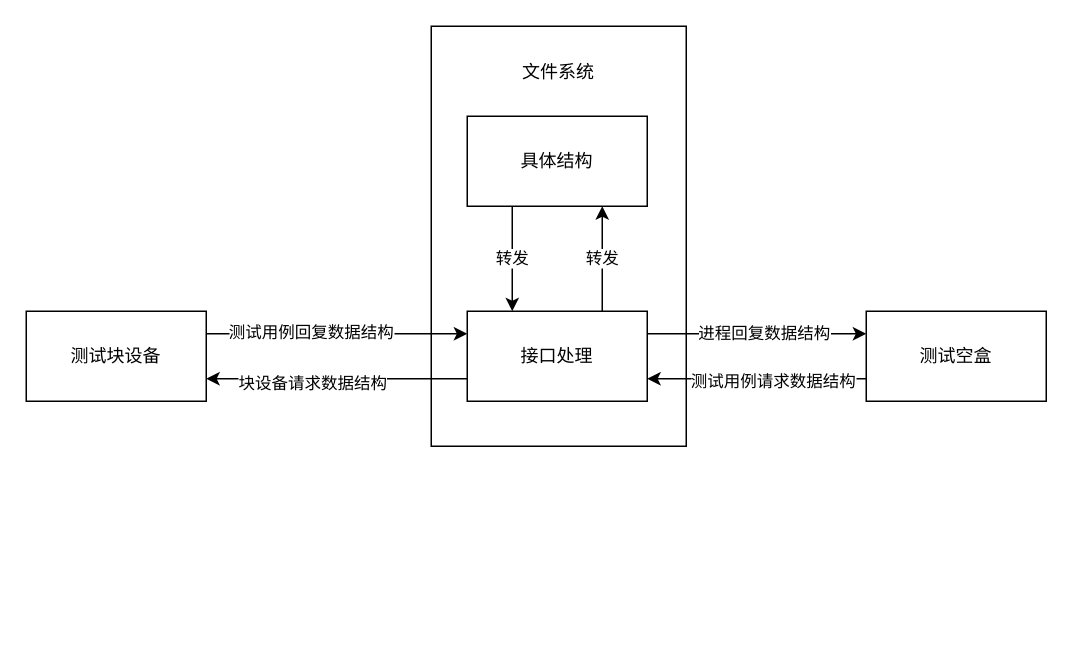
The draw.io diagram 测试使用框架.drawio in Arthasczt/file-system-design, before the edit. Source tidied: cells renumbered, new cells numbered last; positions are measured from the earlier drawing's top-left corner, leaving out a move shared by most shapes. Both pictures are drawn from the tidied source at 150%, with x=0, y=0 at pixel (26, 26).
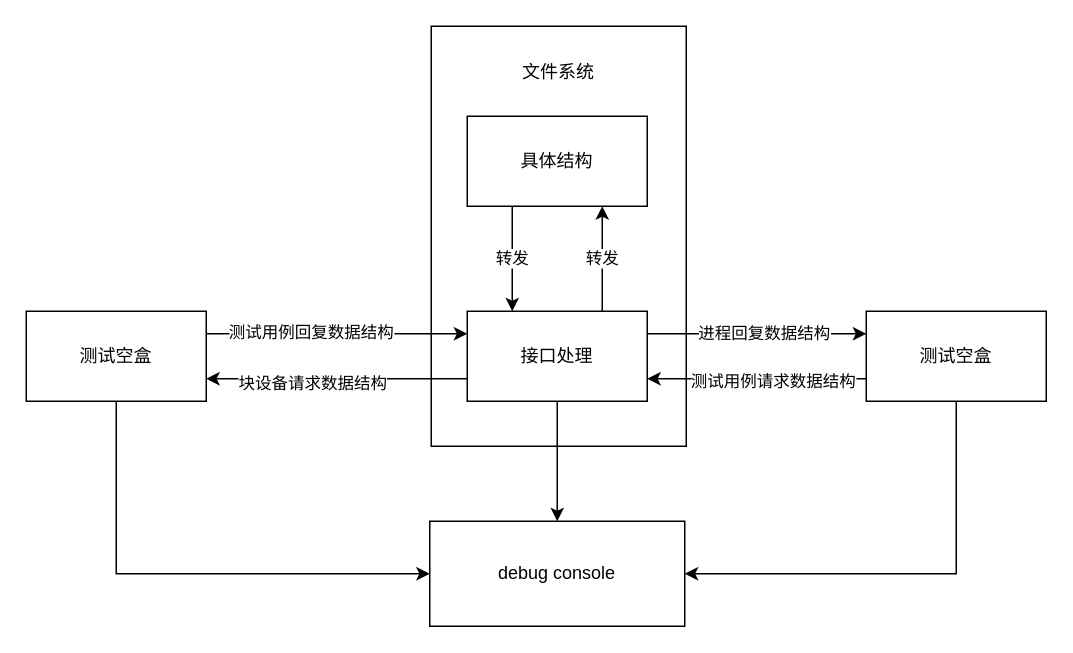
Above is the later version.

Commit message (it also covers changes not shown here):
更新测试使用框架.drawio

Unchanged cells that the change refers to:
```xml
<mxCell id="7" value="接口处理" style="rounded=0;whiteSpace=wrap;html=1;" parent="1" vertex="1">
  <mxGeometry x="294" y="190" width="120" height="60" as="geometry" />
</mxCell>
<mxCell id="12" value="测试空盒" style="rounded=0;whiteSpace=wrap;html=1;" parent="1" vertex="1">
  <mxGeometry x="560" y="190" width="120" height="60" as="geometry" />
</mxCell>
```

The edit, as a diff of the source:
```diff
@@
+    <mxCell id="16" style="edgeStyle=orthogonalEdgeStyle;rounded=0;jettySize=auto;html=1;exitX=0.5;exitY=1;exitDx=0;exitDy=0;entryX=0.5;entryY=0;entryDx=0;entryDy=0;" parent="1" edge="1" source="7" target="19">
+      <mxGeometry relative="1" as="geometry" />
+    </mxCell>
@@
+    <mxCell id="17" style="edgeStyle=orthogonalEdgeStyle;rounded=0;jettySize=auto;html=1;exitX=0.5;exitY=1;exitDx=0;exitDy=0;entryX=1;entryY=0.5;entryDx=0;entryDy=0;" parent="1" edge="1" source="12" target="19">
+      <mxGeometry relative="1" as="geometry" />
+    </mxCell>
@@
+    <mxCell id="18" style="edgeStyle=orthogonalEdgeStyle;rounded=0;jettySize=auto;html=1;entryX=0;entryY=0.5;entryDx=0;entryDy=0;exitX=0.5;exitY=1;exitDx=0;exitDy=0;" parent="1" edge="1" source="15" target="19">
+      <mxGeometry relative="1" as="geometry" />
+    </mxCell>
-    <mxCell id="15" value="测试块设备" style="rounded=0;whiteSpace=wrap;html=1;" parent="1" vertex="1">
+    <mxCell id="15" value="测试空盒" style="rounded=0;whiteSpace=wrap;html=1;" parent="1" vertex="1">
       <mxGeometry y="190" width="120" height="60" as="geometry" />
     </mxCell>
+    <mxCell id="19" value="debug console" style="rounded=0;whiteSpace=wrap;html=1;" parent="1" vertex="1">
+      <mxGeometry x="269" y="330" width="170" height="70" as="geometry" />
+    </mxCell>
```
